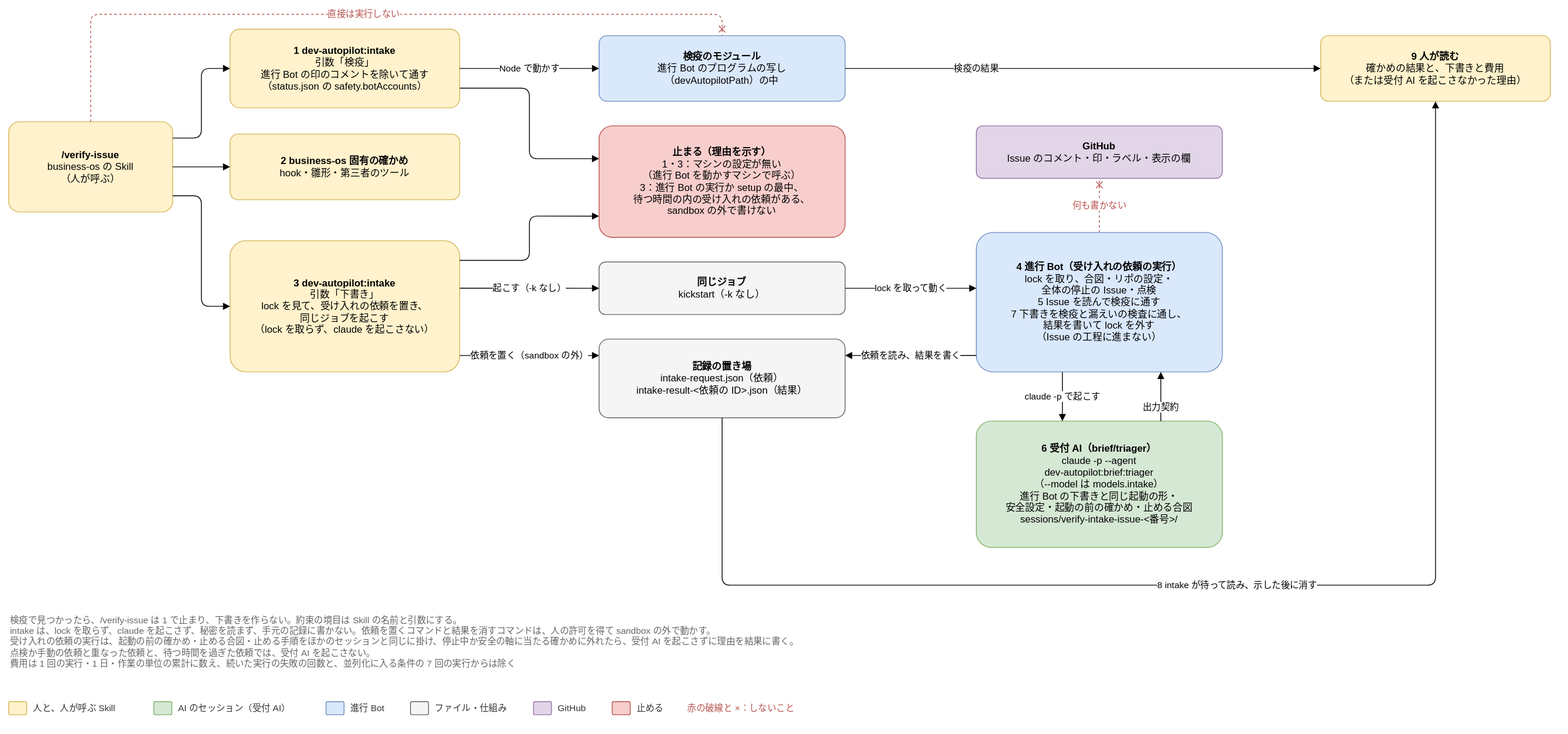
Joymerrevent/dev-autopilot keeps this draw.io diagram as docs/design/basic/diagrams/03-human-intake.drawio.svg. Above is the earlier version. Source tidied: cells renumbered, new cells last; positions are measured from the earlier drawing's top-left corner, leaving out a move shared by most shapes.
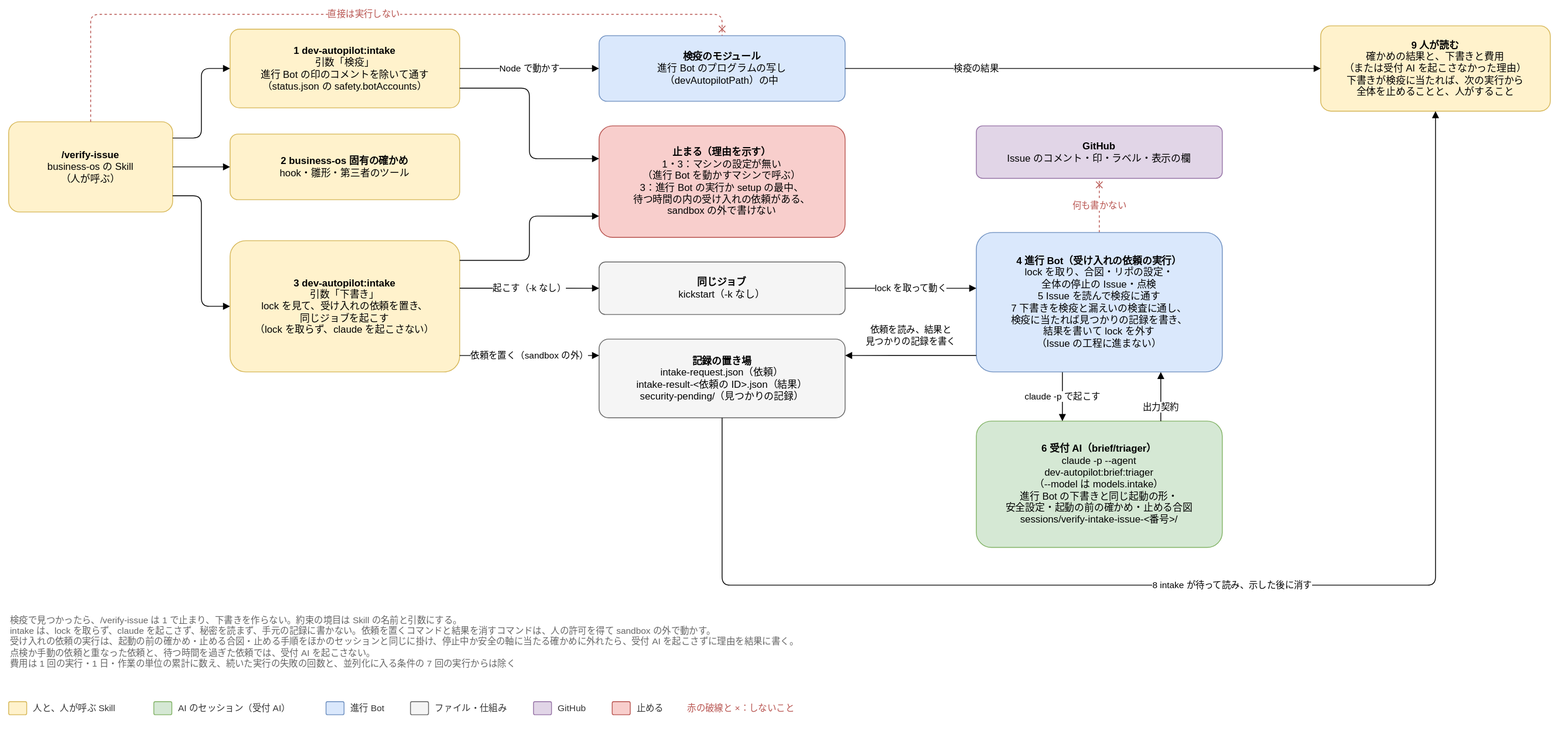
After the change.

The edit, as a diff of the source:
```diff
@@ -20,8 +20,8 @@
     <mxCell id="7" value="&lt;b&gt;6 受付 AI（brief/triager）&lt;/b&gt;&lt;br&gt;claude -p --agent&lt;br&gt;dev-autopilot:brief:triager&lt;br&gt;（--model は models.intake）&lt;br&gt;進行 Bot の下書きと同じ起動の形・&lt;br&gt;安全設定・起動の前の確かめ・止める合図&lt;br&gt;sessions/verify-intake-issue-&amp;lt;番号&amp;gt;/" style="rounded=1;whiteSpace=wrap;html=1;fontSize=12;arcSize=12;spacing=12;fillColor=#d5e8d4;strokeColor=#82b366;" parent="1" vertex="1">
       <mxGeometry x="1180" y="496" width="300" height="154" as="geometry" />
     </mxCell>
-    <mxCell id="8" value="&lt;b&gt;9 人が読む&lt;/b&gt;&lt;br&gt;確かめの結果と、下書きと費用&lt;br&gt;（または受付 AI を起こさなかった理由）" style="rounded=1;whiteSpace=wrap;html=1;fontSize=12;arcSize=12;spacing=12;fillColor=#fff2cc;strokeColor=#d6b656;" parent="1" vertex="1">
-      <mxGeometry x="1600" y="26" width="280" height="80" as="geometry" />
+    <mxCell id="8" value="&lt;b&gt;9 人が読む&lt;/b&gt;&lt;br&gt;確かめの結果と、下書きと費用&lt;br&gt;（または受付 AI を起こさなかった理由）&lt;br&gt;下書きが検疫に当たれば、次の実行から&lt;br&gt;全体を止めることと、人がすること" style="rounded=1;whiteSpace=wrap;html=1;fontSize=12;arcSize=12;spacing=12;fillColor=#fff2cc;strokeColor=#d6b656;" parent="1" vertex="1">
+      <mxGeometry x="1600" y="14" width="280" height="104" as="geometry" />
     </mxCell>
     <mxCell id="9" value="&lt;b&gt;GitHub&lt;/b&gt;&lt;br&gt;Issue のコメント・印・ラベル・表示の欄" style="rounded=1;whiteSpace=wrap;html=1;fontSize=12;arcSize=12;spacing=12;fillColor=#e1d5e7;strokeColor=#9673a6;" parent="1" vertex="1">
       <mxGeometry x="1180" y="136" width="300" height="64" as="geometry" />
@@ -67,7 +67,7 @@
     <mxCell id="21" value="&lt;b&gt;止まる（理由を示す）&lt;/b&gt;&lt;br&gt;1・3：マシンの設定が無い&lt;br&gt;（進行 Bot を動かすマシンで呼ぶ）&lt;br&gt;3：進行 Bot の実行か setup の最中、&lt;br&gt;待つ時間の内の受け入れの依頼がある、&lt;br&gt;sandbox の外で書けない" style="rounded=1;whiteSpace=wrap;html=1;fontSize=12;arcSize=12;spacing=12;fillColor=#f8cecc;strokeColor=#b85450;" parent="1" vertex="1">
       <mxGeometry x="720" y="136" width="300" height="136" as="geometry" />
     </mxCell>
-    <mxCell id="22" value="&lt;b&gt;4 進行 Bot（受け入れの依頼の実行）&lt;/b&gt;&lt;br&gt;lock を取り、合図・リポの設定・&lt;br&gt;全体の停止の Issue・点検&lt;br&gt;5 Issue を読んで検疫に通す&lt;br&gt;7 下書きを検疫と漏えいの検査に通し、&lt;br&gt;結果を書いて lock を外す&lt;br&gt;（Issue の工程に進まない）" style="rounded=1;whiteSpace=wrap;html=1;fontSize=12;arcSize=12;spacing=12;fillColor=#dae8fc;strokeColor=#6c8ebf;" parent="1" vertex="1">
+    <mxCell id="22" value="&lt;b&gt;4 進行 Bot（受け入れの依頼の実行）&lt;/b&gt;&lt;br&gt;lock を取り、合図・リポの設定・&lt;br&gt;全体の停止の Issue・点検&lt;br&gt;5 Issue を読んで検疫に通す&lt;br&gt;7 下書きを検疫と漏えいの検査に通し、&lt;br&gt;検疫に当たれば見つかりの記録を書き、&lt;br&gt;結果を書いて lock を外す&lt;br&gt;（Issue の工程に進まない）" style="rounded=1;whiteSpace=wrap;html=1;fontSize=12;arcSize=12;spacing=12;fillColor=#dae8fc;strokeColor=#6c8ebf;" parent="1" vertex="1">
       <mxGeometry x="1180" y="266" width="300" height="170" as="geometry" />
     </mxCell>
     <mxCell id="23" value="lock を取って動く" style="edgeStyle=orthogonalEdgeStyle;rounded=1;html=1;endArrow=block;endFill=1;fontSize=11;labelBackgroundColor=#ffffff;exitX=1;exitY=0.5;exitDx=0;exitDy=0;entryX=0;entryY=0.4;entryDx=0;entryDy=0;" parent="1" edge="1" source="26" target="22">
@@ -92,7 +92,7 @@
     <mxCell id="26" value="&lt;b&gt;同じジョブ&lt;/b&gt;&lt;br&gt;kickstart（-k なし）" style="rounded=1;whiteSpace=wrap;html=1;fontSize=12;arcSize=12;spacing=12;fillColor=#f5f5f5;strokeColor=#666666;" parent="1" vertex="1">
       <mxGeometry x="720" y="302" width="300" height="64" as="geometry" />
     </mxCell>
-    <mxCell id="27" value="&lt;b&gt;記録の置き場&lt;/b&gt;&lt;br&gt;intake-request.json（依頼）&lt;br&gt;intake-result-&amp;lt;依頼の ID&amp;gt;.json（結果）" style="rounded=1;whiteSpace=wrap;html=1;fontSize=12;arcSize=12;spacing=12;fillColor=#f5f5f5;strokeColor=#666666;" parent="1" vertex="1">
+    <mxCell id="27" value="&lt;b&gt;記録の置き場&lt;/b&gt;&lt;br&gt;intake-request.json（依頼）&lt;br&gt;intake-result-&amp;lt;依頼の ID&amp;gt;.json（結果）&lt;br&gt;security-pending/（見つかりの記録）" style="rounded=1;whiteSpace=wrap;html=1;fontSize=12;arcSize=12;spacing=12;fillColor=#f5f5f5;strokeColor=#666666;" parent="1" vertex="1">
       <mxGeometry x="720" y="396" width="300" height="96" as="geometry" />
     </mxCell>
     <mxCell id="28" value="依頼を置く（sandbox の外）" style="edgeStyle=orthogonalEdgeStyle;rounded=1;html=1;endArrow=block;endFill=1;fontSize=11;labelBackgroundColor=#ffffff;exitX=1;exitY=0.875;exitDx=0;exitDy=0;entryX=0;entryY=0.208;entryDx=0;entryDy=0;" parent="1" edge="1" source="5" target="27">
@@ -101,8 +101,10 @@
     <mxCell id="29" value="起こす（-k なし）" style="edgeStyle=orthogonalEdgeStyle;rounded=1;html=1;endArrow=block;endFill=1;fontSize=11;labelBackgroundColor=#ffffff;exitX=1;exitY=0.362;exitDx=0;exitDy=0;entryX=0;entryY=0.5;entryDx=0;entryDy=0;" parent="1" edge="1" source="5" target="26">
       <mxGeometry relative="1" as="geometry" />
     </mxCell>
-    <mxCell id="30" value="依頼を読み、結果を書く" style="edgeStyle=orthogonalEdgeStyle;rounded=1;html=1;endArrow=block;endFill=1;fontSize=11;labelBackgroundColor=#ffffff;exitX=0;exitY=0.882;exitDx=0;exitDy=0;entryX=1;entryY=0.208;entryDx=0;entryDy=0;" parent="1" edge="1" source="22" target="27">
-      <mxGeometry relative="1" as="geometry" />
+    <mxCell id="30" value="依頼を読み、結果と&lt;br&gt;見つかりの記録を書く" style="edgeStyle=orthogonalEdgeStyle;rounded=1;html=1;endArrow=block;endFill=1;fontSize=11;labelBackgroundColor=#ffffff;exitX=0;exitY=0.882;exitDx=0;exitDy=0;entryX=1;entryY=0.208;entryDx=0;entryDy=0;" parent="1" edge="1" source="22" target="27">
+      <mxGeometry relative="1" as="geometry">
+        <mxPoint y="-24" as="offset" />
+      </mxGeometry>
     </mxCell>
     <mxCell id="31" value="8 intake が待って読み、示した後に消す" style="edgeStyle=orthogonalEdgeStyle;rounded=1;html=1;endArrow=block;endFill=1;fontSize=11;labelBackgroundColor=#ffffff;exitX=0.5;exitY=1;exitDx=0;exitDy=0;entryX=0.5;entryY=1;entryDx=0;entryDy=0;" parent="1" edge="1" source="27" target="8">
       <mxGeometry relative="1" as="geometry">
```
